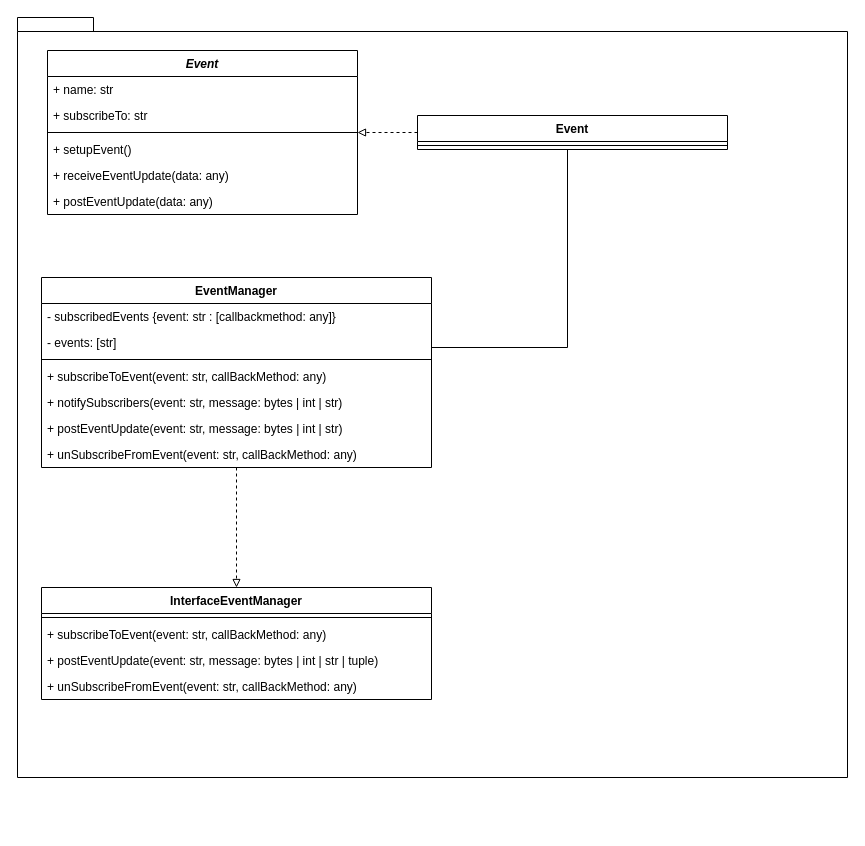
Before: page "Seite-1" (1 of 3) of Architecture/EventManager.drawio in Uhgtred/Car_Infotainment_System, a draw.io diagram. Source tidied: cells renumbered, new cells numbered last; positions are measured from the earlier drawing's top-left corner, leaving out a move shared by most shapes. Both pictures are drawn from the tidied source at 100%, with x=0, y=0 at pixel (17, 17).
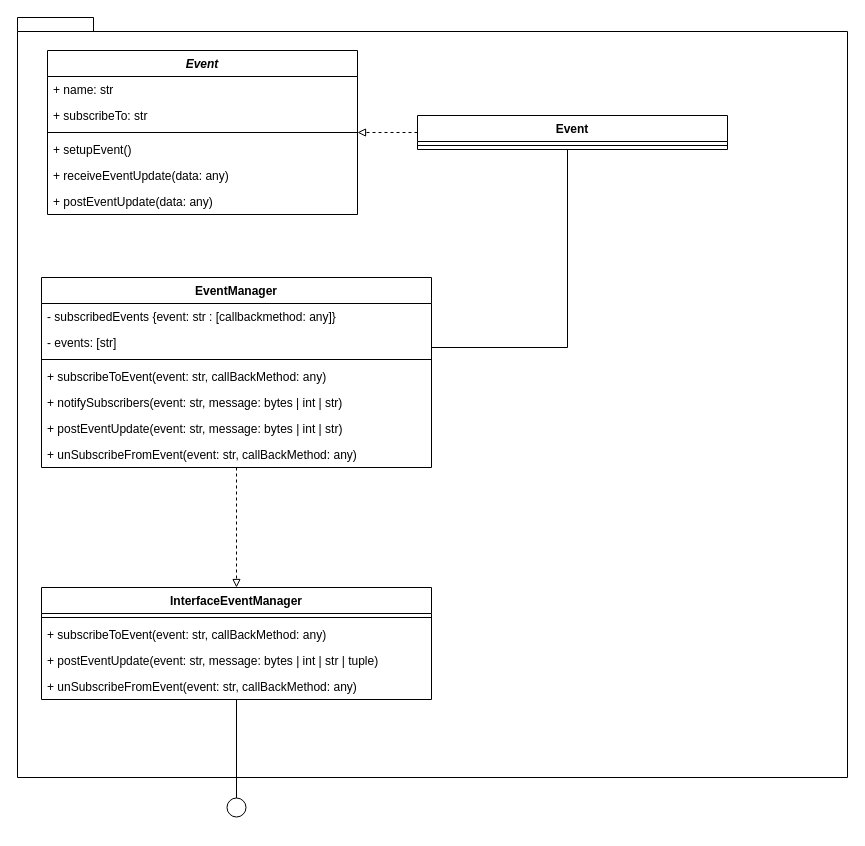
After the change.

Unchanged cells that the change refers to:
```xml
<mxCell id="12" value="InterfaceEventManager" style="swimlane;fontStyle=1;align=center;verticalAlign=top;horizontal=1;startSize=26;whiteSpace=wrap;html=1;" parent="2" vertex="1">
  <mxGeometry x="24" y="570" width="390" height="112" as="geometry" />
</mxCell>
```

The edit, as a diff of the source:
```diff
@@
+    <mxCell id="29" style="html=1;verticalAlign=bottom;labelBackgroundColor=none;endArrow=oval;endFill=0;endSize=19;rounded=0;startSize=13;" parent="1" edge="1" source="12">
+      <mxGeometry relative="1" as="geometry">
+        <mxPoint x="219" y="790" as="targetPoint" />
+      </mxGeometry>
+    </mxCell>
```
